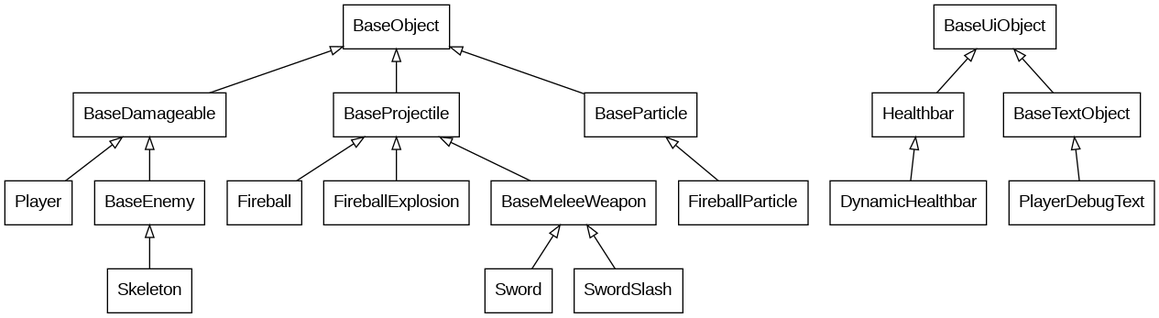
The Graphviz diagram inheritance.gv.png in lachfoy/2dgameABANDONED, before a commit. Its source is kept beside it as inheritance.gv.
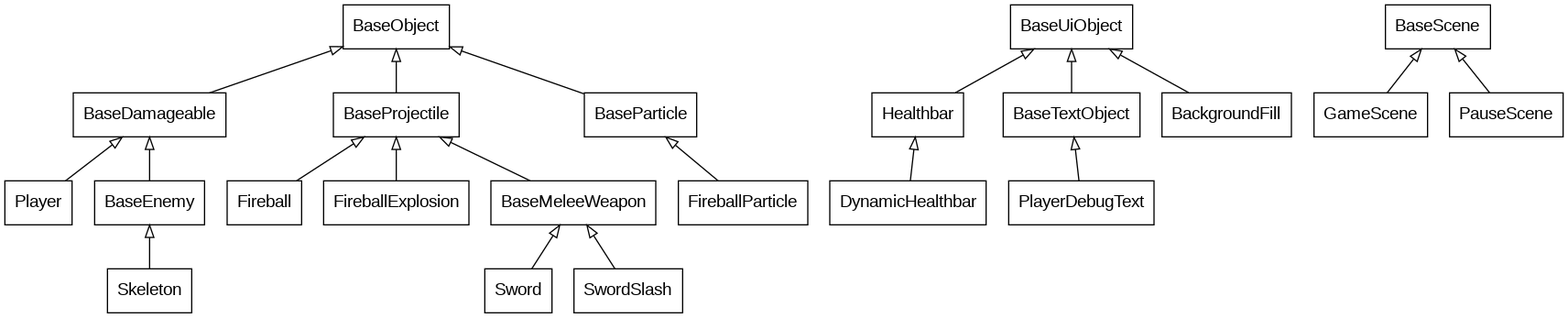
After the commit.

Change to the diagram source:
```diff
@@ -2,15 +2,23 @@
     node [shape=box fontname="Helvetica,Arial,sans-serif"]
     edge [dir=back arrowtail=empty]
 
-    BaseObject->{BaseDamageable, BaseProjectile, BaseParticle}
-    BaseDamageable->{Player, BaseEnemy}
-    BaseProjectile->{Fireball, FireballExplosion, BaseMeleeWeapon}
-    BaseParticle->FireballParticle
-    BaseMeleeWeapon->{Sword, SwordSlash}
-    BaseEnemy->Skeleton
+    subgraph objects {
+        BaseObject->{BaseDamageable, BaseProjectile, BaseParticle}
+        BaseDamageable->{Player, BaseEnemy}
+        BaseProjectile->{Fireball, FireballExplosion, BaseMeleeWeapon}
+        BaseParticle->FireballParticle
+        BaseMeleeWeapon->{Sword, SwordSlash}
+        BaseEnemy->Skeleton
+    }
 
-    BaseUiObject->{Healthbar, BaseTextObject}
-    Healthbar->DynamicHealthbar
-    BaseTextObject->PlayerDebugText
+    subgraph uiObjects {
+        BaseUiObject->{Healthbar, BaseTextObject, BackgroundFill}
+        Healthbar->DynamicHealthbar
+        BaseTextObject->PlayerDebugText
+    }
+
+    subgraph scenes {
+        BaseScene->{GameScene, PauseScene}
+    }
 }
 
```
